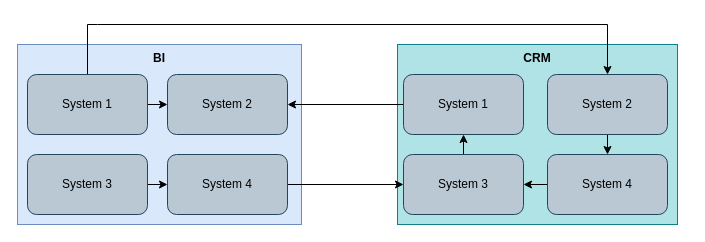
patrickseelert/draw_io keeps this draw.io diagram as page "Seite-2" (2 of 2) of Unbenanntes Diagramm.drawio. Above is the earlier version. Source tidied: cells renumbered, new cells numbered last; positions are measured from the earlier drawing's top-left corner, leaving out a move shared by most shapes. Both pictures are drawn from the tidied source at 100%, with x=0, y=0 at pixel (17, 24).
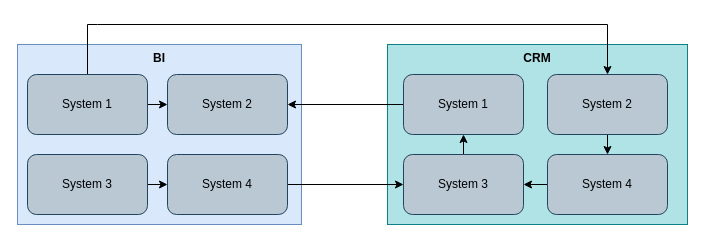
The same diagram, later.

The edit, as a diff of the source:
```diff
@@
     <mxCell id="2" value="&lt;b&gt;CRM&lt;/b&gt;" style="rounded=0;whiteSpace=wrap;html=1;fillColor=#b0e3e6;strokeColor=#0e8088;verticalAlign=top;" parent="1" vertex="1">
-      <mxGeometry x="380" y="20" width="280" height="180" as="geometry" />
+      <mxGeometry x="370" y="20" width="300" height="180" as="geometry" />
     </mxCell>
@@
-    <mxCell id="13" value="System 1" style="rounded=1;whiteSpace=wrap;html=1;fillColor=#bac8d3;strokeColor=#23445d;" parent="1" vertex="1">
+    <mxCell id="13" value="System 1" style="rounded=1;whiteSpace=wrap;html=1;fillColor=#bac8d3;strokeColor=#23445d;flipV=1;" parent="1" vertex="1">
       <mxGeometry x="386" y="50" width="120" height="60" as="geometry" />
     </mxCell>
@@
-    <mxCell id="15" value="System 3" style="rounded=1;whiteSpace=wrap;html=1;fillColor=#bac8d3;strokeColor=#23445d;" parent="1" vertex="1">
+    <mxCell id="15" value="System 3" style="rounded=1;whiteSpace=wrap;html=1;fillColor=#bac8d3;strokeColor=#23445d;flipV=1;" parent="1" vertex="1">
       <mxGeometry x="386" y="130" width="120" height="60" as="geometry" />
     </mxCell>
@@
-    <mxCell id="17" value="System 4" style="rounded=1;whiteSpace=wrap;html=1;fillColor=#bac8d3;strokeColor=#23445d;" parent="1" vertex="1">
+    <mxCell id="17" value="System 4" style="rounded=1;whiteSpace=wrap;html=1;fillColor=#bac8d3;strokeColor=#23445d;flipV=1;" parent="1" vertex="1">
       <mxGeometry x="530" y="130" width="120" height="60" as="geometry" />
     </mxCell>
```
